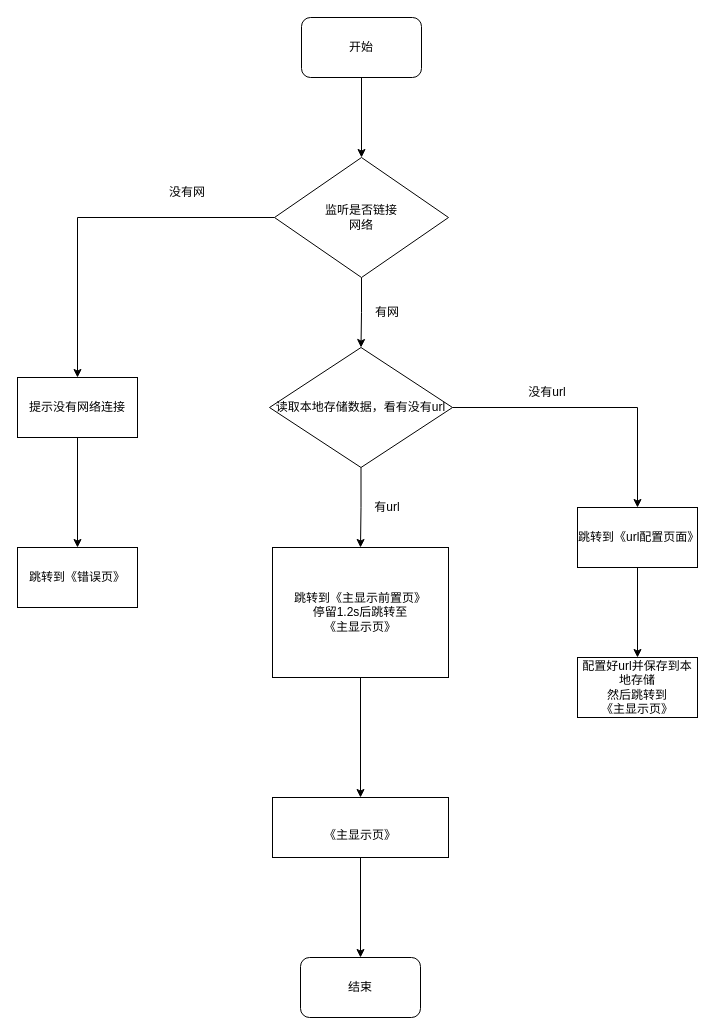
The draw.io diagram design/RtMobile.drawio in whutpsychic/RtMobile, before the edit. Source tidied: cells renumbered, new cells numbered last; positions are measured from the earlier drawing's top-left corner, leaving out a move shared by most shapes. Both pictures are drawn from the tidied source at 100%, with x=0, y=0 at pixel (17, 17).
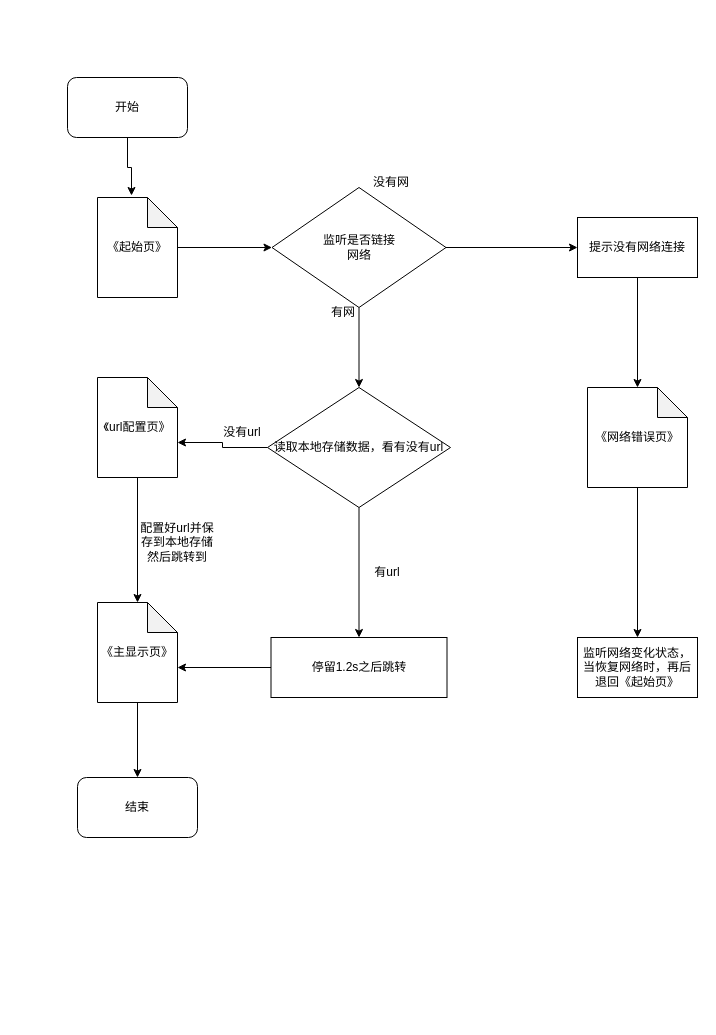
The same page after the edit.

Diff of the diagram source:
```diff
@@
-    <mxCell id="2" style="edgeStyle=orthogonalEdgeStyle;rounded=0;jettySize=auto;html=1;entryX=0.5;entryY=0;entryDx=0;entryDy=0;" parent="1" edge="1" source="3" target="6">
-      <mxGeometry relative="1" as="geometry" />
-    </mxCell>
     <mxCell id="3" value="开始" style="rounded=1;whiteSpace=wrap;html=1;" parent="1" vertex="1">
-      <mxGeometry x="284" width="120" height="60" as="geometry" />
+      <mxGeometry x="50" y="60" width="120" height="60" as="geometry" />
     </mxCell>
+    <mxCell id="5" style="edgeStyle=orthogonalEdgeStyle;rounded=0;jettySize=auto;html=1;entryX=0.5;entryY=0;entryDx=0;entryDy=0;" parent="1" edge="1" source="6" target="11">
+      <mxGeometry relative="1" as="geometry" />
+    </mxCell>
-    <mxCell id="4" style="edgeStyle=orthogonalEdgeStyle;rounded=0;jettySize=auto;html=1;entryX=0.5;entryY=0;entryDx=0;entryDy=0;" parent="1" edge="1" source="6" target="8">
+    <mxCell id="4" style="edgeStyle=orthogonalEdgeStyle;rounded=0;jettySize=auto;html=1;entryX=0;entryY=0.5;entryDx=0;entryDy=0;" parent="1" edge="1" source="6" target="8">
       <mxGeometry relative="1" as="geometry" />
     </mxCell>
-    <mxCell id="5" style="edgeStyle=orthogonalEdgeStyle;rounded=0;jettySize=auto;html=1;entryX=0.5;entryY=0;entryDx=0;entryDy=0;" parent="1" edge="1" source="6" target="11">
-      <mxGeometry relative="1" as="geometry" />
-    </mxCell>
     <mxCell id="6" value="监听是否链接&lt;div&gt;网络&lt;/div&gt;" style="rhombus;whiteSpace=wrap;html=1;" parent="1" vertex="1">
-      <mxGeometry x="257" y="140" width="174" height="120" as="geometry" />
+      <mxGeometry x="254.5" y="170" width="174" height="120" as="geometry" />
     </mxCell>
-    <mxCell id="7" style="edgeStyle=orthogonalEdgeStyle;rounded=0;jettySize=auto;html=1;entryX=0.5;entryY=0;entryDx=0;entryDy=0;" parent="1" edge="1" source="8" target="20">
-      <mxGeometry relative="1" as="geometry" />
-    </mxCell>
+    <mxCell id="25" style="edgeStyle=orthogonalEdgeStyle;rounded=0;jettySize=auto;html=1;" parent="1" edge="1" source="8" target="36">
+      <mxGeometry relative="1" as="geometry" />
+    </mxCell>
     <mxCell id="8" value="提示没有网络连接" style="rounded=0;whiteSpace=wrap;html=1;" parent="1" vertex="1">
-      <mxGeometry y="360" width="120" height="60" as="geometry" />
+      <mxGeometry x="560" y="200" width="120" height="60" as="geometry" />
     </mxCell>
-    <mxCell id="9" style="edgeStyle=orthogonalEdgeStyle;rounded=0;jettySize=auto;html=1;entryX=0.5;entryY=0;entryDx=0;entryDy=0;" parent="1" edge="1" source="11" target="15">
-      <mxGeometry relative="1" as="geometry" />
-    </mxCell>
-    <mxCell id="10" style="edgeStyle=orthogonalEdgeStyle;rounded=0;jettySize=auto;html=1;entryX=0.5;entryY=0;entryDx=0;entryDy=0;" parent="1" edge="1" source="11" target="18">
-      <mxGeometry relative="1" as="geometry" />
-    </mxCell>
+    <mxCell id="26" style="edgeStyle=orthogonalEdgeStyle;rounded=0;jettySize=auto;html=1;" parent="1" edge="1" source="11" target="27">
+      <mxGeometry relative="1" as="geometry" />
+    </mxCell>
     <mxCell id="11" value="读取本地存储数据，看有没有url" style="rhombus;whiteSpace=wrap;html=1;" parent="1" vertex="1">
-      <mxGeometry x="252" y="330" width="183" height="120" as="geometry" />
+      <mxGeometry x="250" y="370" width="183" height="120" as="geometry" />
     </mxCell>
     <mxCell id="12" value="没有网" style="text;html=1;whiteSpace=wrap;strokeColor=none;fillColor=none;align=center;verticalAlign=middle;rounded=0;" parent="1" vertex="1">
-      <mxGeometry x="140" y="160" width="60" height="30" as="geometry" />
+      <mxGeometry x="344" y="150" width="60" height="30" as="geometry" />
     </mxCell>
     <mxCell id="13" value="&lt;div&gt;&lt;span style=&quot;background-color: transparent; color: light-dark(rgb(0, 0, 0), rgb(255, 255, 255));&quot;&gt;有网&lt;/span&gt;&lt;/div&gt;" style="text;html=1;whiteSpace=wrap;strokeColor=none;fillColor=none;align=center;verticalAlign=middle;rounded=0;" parent="1" vertex="1">
-      <mxGeometry x="340" y="280" width="60" height="30" as="geometry" />
+      <mxGeometry x="296" y="280" width="60" height="30" as="geometry" />
     </mxCell>
-    <mxCell id="14" style="edgeStyle=orthogonalEdgeStyle;rounded=0;jettySize=auto;html=1;entryX=0.5;entryY=0;entryDx=0;entryDy=0;" parent="1" edge="1" source="15" target="21">
-      <mxGeometry relative="1" as="geometry" />
-    </mxCell>
-    <mxCell id="15" value="跳转到《url配置页面》" style="rounded=0;whiteSpace=wrap;html=1;" parent="1" vertex="1">
-      <mxGeometry x="560" y="490" width="120" height="60" as="geometry" />
-    </mxCell>
     <mxCell id="16" value="&lt;div&gt;&lt;span style=&quot;background-color: transparent; color: light-dark(rgb(0, 0, 0), rgb(255, 255, 255));&quot;&gt;没有url&lt;/span&gt;&lt;/div&gt;" style="text;html=1;whiteSpace=wrap;strokeColor=none;fillColor=none;align=center;verticalAlign=middle;rounded=0;" parent="1" vertex="1">
-      <mxGeometry x="500" y="360" width="60" height="30" as="geometry" />
+      <mxGeometry x="194.5" y="400" width="60" height="30" as="geometry" />
     </mxCell>
-    <mxCell id="17" style="edgeStyle=orthogonalEdgeStyle;rounded=0;jettySize=auto;html=1;entryX=0.5;entryY=0;entryDx=0;entryDy=0;" parent="1" edge="1" source="18" target="23">
-      <mxGeometry relative="1" as="geometry" />
-    </mxCell>
-    <mxCell id="18" value="跳转到《主显示前置页》&lt;div&gt;停留1.2s后跳转至&lt;/div&gt;&lt;div&gt;《主显示页》&lt;/div&gt;" style="rounded=0;whiteSpace=wrap;html=1;" parent="1" vertex="1">
-      <mxGeometry x="255" y="530" width="176" height="130" as="geometry" />
-    </mxCell>
     <mxCell id="19" value="&lt;div&gt;&lt;span style=&quot;background-color: transparent; color: light-dark(rgb(0, 0, 0), rgb(255, 255, 255));&quot;&gt;有url&lt;/span&gt;&lt;/div&gt;" style="text;html=1;whiteSpace=wrap;strokeColor=none;fillColor=none;align=center;verticalAlign=middle;rounded=0;" parent="1" vertex="1">
-      <mxGeometry x="340" y="475" width="60" height="30" as="geometry" />
+      <mxGeometry x="340" y="540" width="60" height="30" as="geometry" />
     </mxCell>
-    <mxCell id="20" value="跳转到《错误页》" style="rounded=0;whiteSpace=wrap;html=1;" parent="1" vertex="1">
-      <mxGeometry y="530" width="120" height="60" as="geometry" />
-    </mxCell>
-    <mxCell id="21" value="配置好url并保存到本地存储&lt;div&gt;然后跳转到&lt;/div&gt;&lt;div&gt;《主显示页》&lt;/div&gt;" style="rounded=0;whiteSpace=wrap;html=1;" parent="1" vertex="1">
-      <mxGeometry x="560" y="640" width="120" height="60" as="geometry" />
-    </mxCell>
+    <mxCell id="27" value="停留1.2s之后跳转" style="rounded=0;whiteSpace=wrap;html=1;" parent="1" vertex="1">
+      <mxGeometry x="253.5" y="620" width="176" height="60" as="geometry" />
+    </mxCell>
+    <mxCell id="24" value="结束" style="rounded=1;whiteSpace=wrap;html=1;" parent="1" vertex="1">
+      <mxGeometry x="60" y="760" width="120" height="60" as="geometry" />
+    </mxCell>
+    <mxCell id="28" style="edgeStyle=orthogonalEdgeStyle;rounded=0;jettySize=auto;html=1;entryX=0;entryY=0.5;entryDx=0;entryDy=0;" parent="1" edge="1" source="29" target="6">
+      <mxGeometry relative="1" as="geometry" />
+    </mxCell>
+    <mxCell id="29" value="《起始页》" style="shape=note;whiteSpace=wrap;html=1;backgroundOutline=1;darkOpacity=0.05;" parent="1" vertex="1">
+      <mxGeometry x="80" y="180" width="80" height="100" as="geometry" />
+    </mxCell>
+    <mxCell id="30" style="edgeStyle=orthogonalEdgeStyle;rounded=0;jettySize=auto;html=1;entryX=0.425;entryY=-0.02;entryDx=0;entryDy=0;entryPerimeter=0;" parent="1" edge="1" source="3" target="29">
+      <mxGeometry relative="1" as="geometry" />
+    </mxCell>
+    <mxCell id="31" value="《url配置页》" style="shape=note;whiteSpace=wrap;html=1;backgroundOutline=1;darkOpacity=0.05;" parent="1" vertex="1">
+      <mxGeometry x="80" y="360" width="80" height="100" as="geometry" />
+    </mxCell>
+    <mxCell id="32" style="edgeStyle=orthogonalEdgeStyle;rounded=0;jettySize=auto;html=1;entryX=0;entryY=0;entryDx=80;entryDy=65;entryPerimeter=0;" parent="1" edge="1" source="11" target="31">
+      <mxGeometry relative="1" as="geometry" />
+    </mxCell>
-    <mxCell id="22" style="edgeStyle=orthogonalEdgeStyle;rounded=0;jettySize=auto;html=1;" parent="1" edge="1" source="23" target="24">
+    <mxCell id="22" style="edgeStyle=orthogonalEdgeStyle;rounded=0;jettySize=auto;html=1;entryX=0.5;entryY=0;entryDx=0;entryDy=0;" parent="1" edge="1" source="23" target="24">
       <mxGeometry relative="1" as="geometry" />
     </mxCell>
-    <mxCell id="23" value="&lt;br&gt;&lt;div&gt;《主显示页》&lt;/div&gt;" style="rounded=0;whiteSpace=wrap;html=1;" parent="1" vertex="1">
-      <mxGeometry x="255" y="780" width="176" height="60" as="geometry" />
+    <mxCell id="23" value="《主显示页》" style="shape=note;whiteSpace=wrap;html=1;backgroundOutline=1;darkOpacity=0.05;" parent="1" vertex="1">
+      <mxGeometry x="80" y="585" width="80" height="100" as="geometry" />
     </mxCell>
-    <mxCell id="24" value="结束" style="rounded=1;whiteSpace=wrap;html=1;" parent="1" vertex="1">
-      <mxGeometry x="283" y="940" width="120" height="60" as="geometry" />
-    </mxCell>
+    <mxCell id="33" style="edgeStyle=orthogonalEdgeStyle;rounded=0;jettySize=auto;html=1;entryX=0.5;entryY=0;entryDx=0;entryDy=0;entryPerimeter=0;" parent="1" edge="1" source="31" target="23">
+      <mxGeometry relative="1" as="geometry" />
+    </mxCell>
+    <mxCell id="34" value="配置好url并保存到本地存储&lt;div&gt;然后跳转到&lt;/div&gt;" style="text;html=1;whiteSpace=wrap;strokeColor=none;fillColor=none;align=center;verticalAlign=middle;rounded=0;" parent="1" vertex="1">
+      <mxGeometry x="120" y="510" width="80" height="30" as="geometry" />
+    </mxCell>
+    <mxCell id="35" style="edgeStyle=orthogonalEdgeStyle;rounded=0;jettySize=auto;html=1;entryX=0.5;entryY=0;entryDx=0;entryDy=0;" parent="1" edge="1" source="36" target="37">
+      <mxGeometry relative="1" as="geometry" />
+    </mxCell>
+    <mxCell id="36" value="《网络错误页&lt;span style=&quot;background-color: transparent; color: light-dark(rgb(0, 0, 0), rgb(255, 255, 255));&quot;&gt;》&lt;/span&gt;" style="shape=note;whiteSpace=wrap;html=1;backgroundOutline=1;darkOpacity=0.05;" parent="1" vertex="1">
+      <mxGeometry x="570" y="370" width="100" height="100" as="geometry" />
+    </mxCell>
+    <mxCell id="37" value="&lt;div&gt;&lt;span style=&quot;background-color: transparent; color: light-dark(rgb(0, 0, 0), rgb(255, 255, 255));&quot;&gt;监听网络变化状态，当恢复网络时，再后退回《起始页》&lt;/span&gt;&lt;/div&gt;" style="rounded=0;whiteSpace=wrap;html=1;" parent="1" vertex="1">
+      <mxGeometry x="560" y="620" width="120" height="60" as="geometry" />
+    </mxCell>
+    <mxCell id="38" style="edgeStyle=orthogonalEdgeStyle;rounded=0;jettySize=auto;html=1;entryX=0;entryY=0;entryDx=80;entryDy=65;entryPerimeter=0;" parent="1" edge="1" source="27" target="23">
+      <mxGeometry relative="1" as="geometry" />
+    </mxCell>
```
